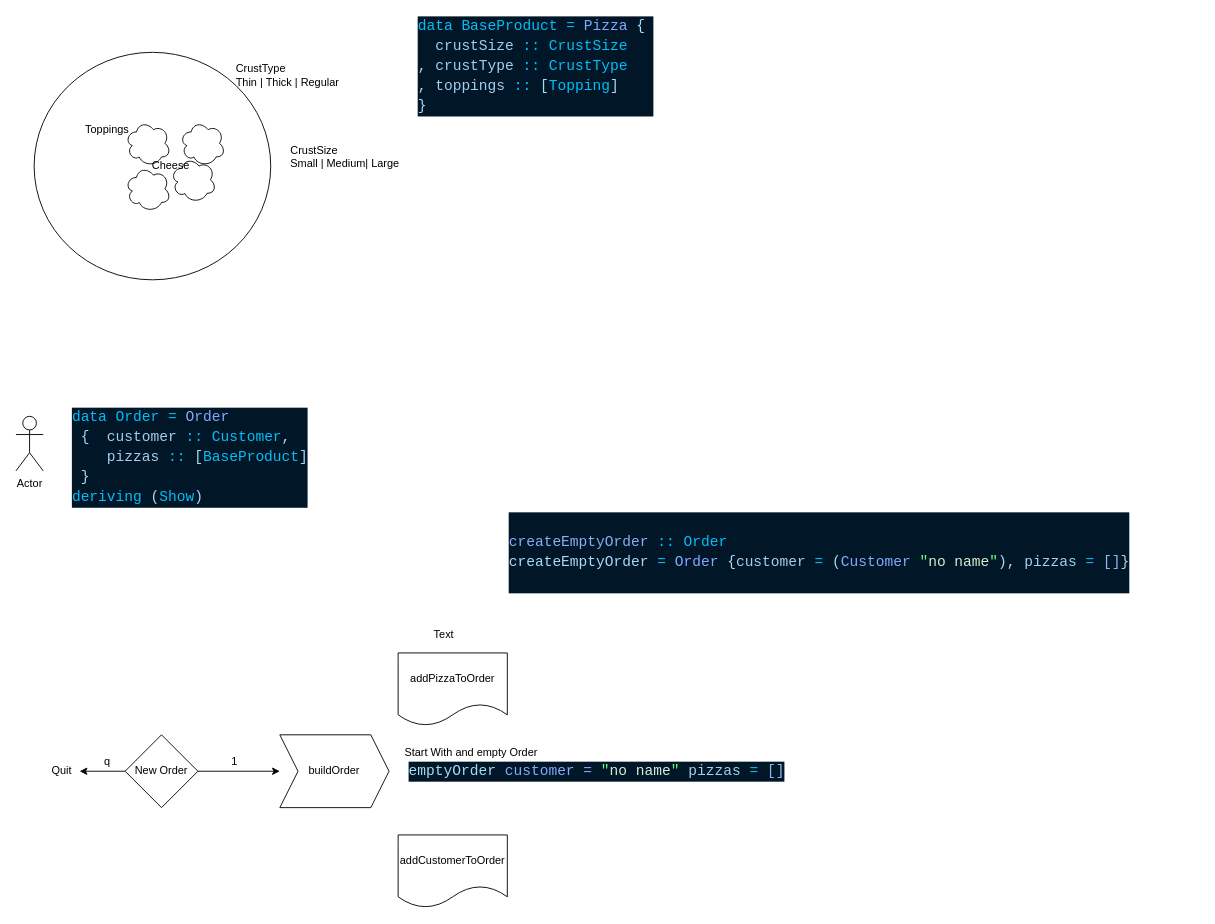
The draw.io diagram Pizza.drawio in hoosainmadhi/Pizza, before the edit. Source tidied: cells renumbered, new cells numbered last; positions are measured from the earlier drawing's top-left corner, leaving out a move shared by most shapes. Both pictures are drawn from the tidied source at 91%, with x=0, y=0 at pixel (15, 15).
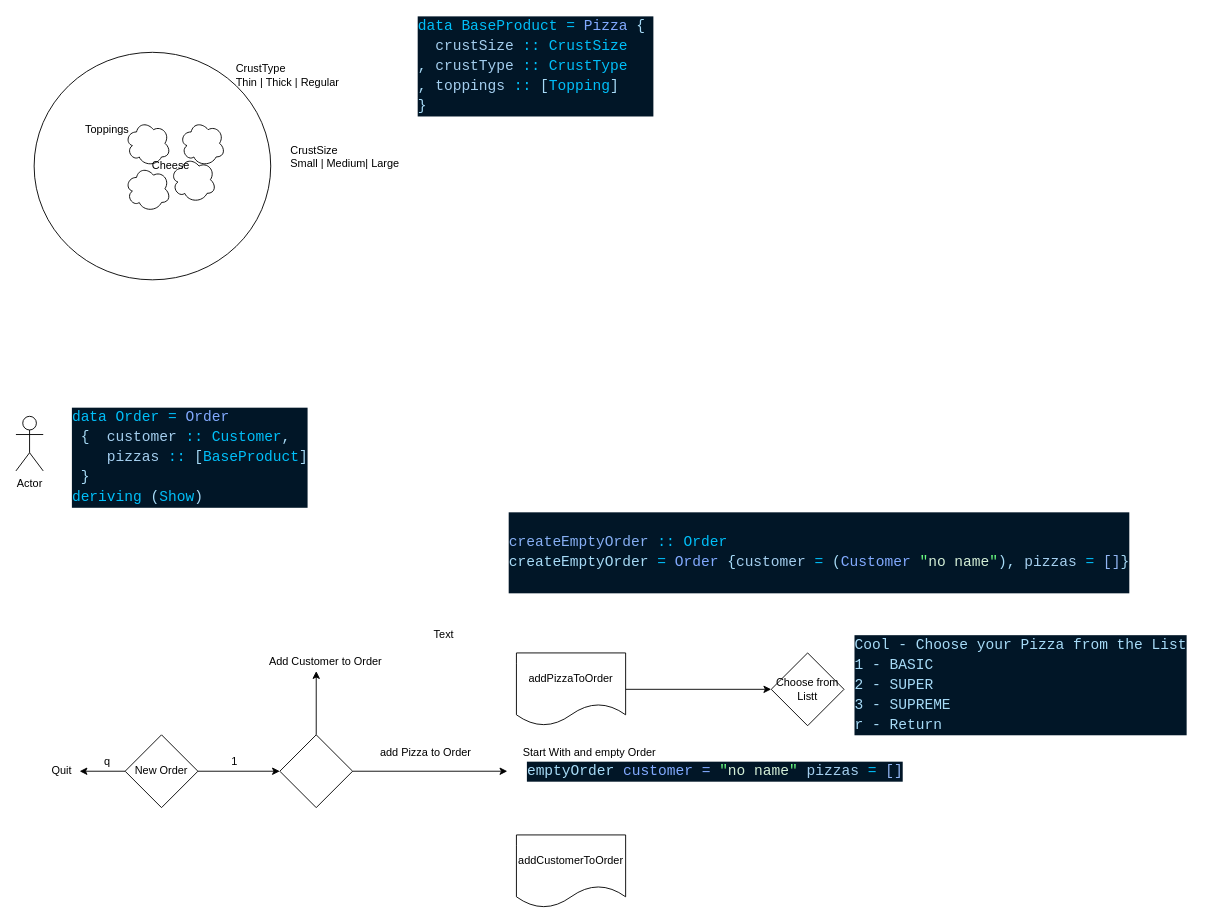
After the change.

Diff of the diagram source:
```diff
@@
-    <mxCell id="21" value="buildOrder" style="shape=step;perimeter=stepPerimeter;whiteSpace=wrap;html=1;fixedSize=1;" parent="1" vertex="1">
-      <mxGeometry x="290" y="790" width="120" height="80" as="geometry" />
-    </mxCell>
+    <mxCell id="27" style="edgeStyle=none;html=1;" parent="1" edge="1" source="22">
+      <mxGeometry relative="1" as="geometry">
+        <mxPoint x="830" y="740" as="targetPoint" />
+      </mxGeometry>
+    </mxCell>
     <mxCell id="22" value="addPizzaToOrder" style="shape=document;whiteSpace=wrap;html=1;boundedLbl=1;" parent="1" vertex="1">
-      <mxGeometry x="420" y="700" width="120" height="80" as="geometry" />
+      <mxGeometry x="550" y="700" width="120" height="80" as="geometry" />
     </mxCell>
     <mxCell id="23" value="addCustomerToOrder" style="shape=document;whiteSpace=wrap;html=1;boundedLbl=1;" parent="1" vertex="1">
-      <mxGeometry x="420" y="900" width="120" height="80" as="geometry" />
+      <mxGeometry x="550" y="900" width="120" height="80" as="geometry" />
     </mxCell>
     <mxCell id="24" value="&lt;div style=&quot;background-color: rgb(1 , 22 , 39) ; font-family: &amp;#34;jetbrains mono&amp;#34; , &amp;#34;droid sans mono&amp;#34; , monospace , monospace , &amp;#34;droid sans fallback&amp;#34; ; font-size: 16px ; line-height: 22px ; color: rgb(167 , 219 , 247)&quot;&gt;&lt;div&gt;emptyOrder&amp;nbsp;&lt;span style=&quot;color: #82aaff&quot;&gt;customer =&lt;/span&gt;&amp;nbsp;&lt;span style=&quot;color: #6bff81&quot;&gt;&quot;&lt;/span&gt;&lt;span style=&quot;color: #d3eed6&quot;&gt;no name&lt;/span&gt;&lt;span style=&quot;color: #6bff81&quot;&gt;&quot;&lt;/span&gt;&amp;nbsp;&lt;span style=&quot;color: #a4ceee&quot;&gt;pizzas&lt;/span&gt; &lt;span style=&quot;color: #00bff9&quot;&gt;=&lt;/span&gt; &lt;span style=&quot;color: #92b6f4&quot;&gt;[]&lt;/span&gt;&lt;/div&gt;&lt;/div&gt;" style="text;html=1;align=left;verticalAlign=middle;strokeColor=none;" parent="1" vertex="1">
-      <mxGeometry x="430" y="815" width="430" height="30" as="geometry" />
+      <mxGeometry x="560" y="815" width="430" height="30" as="geometry" />
     </mxCell>
     <mxCell id="25" value="Start With and empty Order" style="text;html=1;align=center;verticalAlign=middle;strokeColor=none;" parent="1" vertex="1">
-      <mxGeometry x="420" y="800" width="160" height="20" as="geometry" />
+      <mxGeometry x="550" y="800" width="160" height="20" as="geometry" />
     </mxCell>
@@
+    <mxCell id="28" style="edgeStyle=none;html=1;" parent="1" edge="1" source="30">
+      <mxGeometry relative="1" as="geometry">
+        <mxPoint x="540" y="830" as="targetPoint" />
+      </mxGeometry>
+    </mxCell>
+    <mxCell id="29" style="edgeStyle=none;html=1;" parent="1" edge="1" source="30">
+      <mxGeometry relative="1" as="geometry">
+        <mxPoint x="330" y="720" as="targetPoint" />
+      </mxGeometry>
+    </mxCell>
+    <mxCell id="30" style="rhombus;whiteSpace=wrap;html=1;" parent="1" vertex="1">
+      <mxGeometry x="290" y="790" width="80" height="80" as="geometry" />
+    </mxCell>
+    <mxCell id="31" value="add Pizza to Order" style="text;html=1;align=center;verticalAlign=middle;strokeColor=none;" parent="1" vertex="1">
+      <mxGeometry x="390" y="800" width="120" height="20" as="geometry" />
+    </mxCell>
+    <mxCell id="32" value="Add Customer to Order" style="text;html=1;align=center;verticalAlign=middle;strokeColor=none;" parent="1" vertex="1">
+      <mxGeometry x="270" y="700" width="140" height="20" as="geometry" />
+    </mxCell>
+    <mxCell id="33" value="Choose from Listt" style="rhombus;whiteSpace=wrap;html=1;" parent="1" vertex="1">
+      <mxGeometry x="830" y="700" width="80" height="80" as="geometry" />
+    </mxCell>
+    <mxCell id="34" value="&lt;div style=&quot;color: rgb(167 , 219 , 247) ; background-color: rgb(1 , 22 , 39) ; font-family: &amp;#34;jetbrains mono&amp;#34; , &amp;#34;droid sans mono&amp;#34; , monospace , monospace , &amp;#34;droid sans fallback&amp;#34; ; font-size: 16px ; line-height: 22px&quot;&gt;&lt;div style=&quot;font-family: &amp;#34;jetbrains mono&amp;#34; , &amp;#34;droid sans mono&amp;#34; , monospace , monospace , &amp;#34;droid sans fallback&amp;#34; ; line-height: 22px&quot;&gt;&lt;div style=&quot;line-height: 22px&quot;&gt;Cool - Choose your Pizza from the List&lt;/div&gt;&lt;div style=&quot;line-height: 22px&quot;&gt;1 - BASIC&lt;/div&gt;&lt;div style=&quot;line-height: 22px&quot;&gt;2 - SUPER&lt;/div&gt;&lt;div style=&quot;line-height: 22px&quot;&gt;3 - SUPREME&amp;nbsp;&lt;/div&gt;&lt;div style=&quot;line-height: 22px&quot;&gt;r - Return&amp;nbsp;&lt;/div&gt;&lt;/div&gt;&lt;/div&gt;" style="text;html=1;align=left;verticalAlign=middle;strokeColor=none;" parent="1" vertex="1">
+      <mxGeometry x="920" y="680" width="380" height="110" as="geometry" />
+    </mxCell>
```
